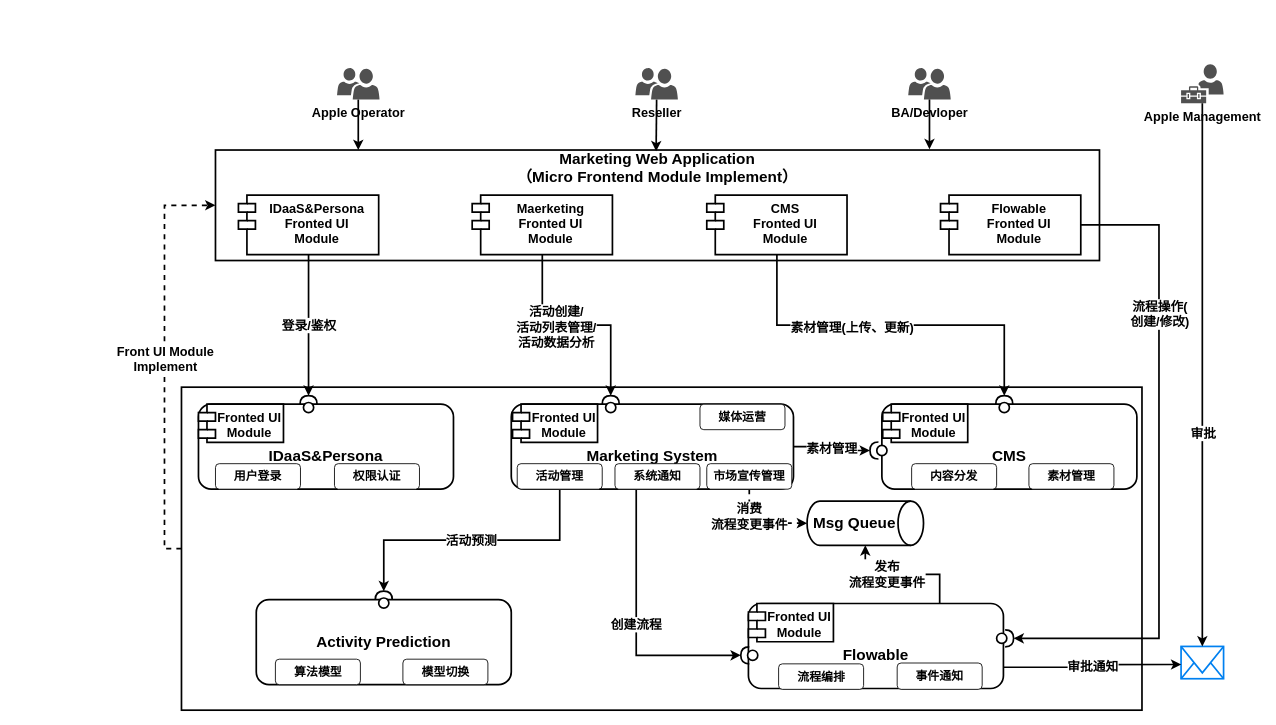
This is page "mkt architecture-1" (14 of 18) of Enterprise-Architecture.drawio from jackie-thank/beego-authz, a draw.io file, before an edit. Source tidied: cells renumbered, new cells numbered last; positions are measured from the earlier drawing's top-left corner, leaving out a move shared by most shapes. Both pictures are drawn from the tidied source at 85%, with x=0, y=0 at pixel (181, 64).
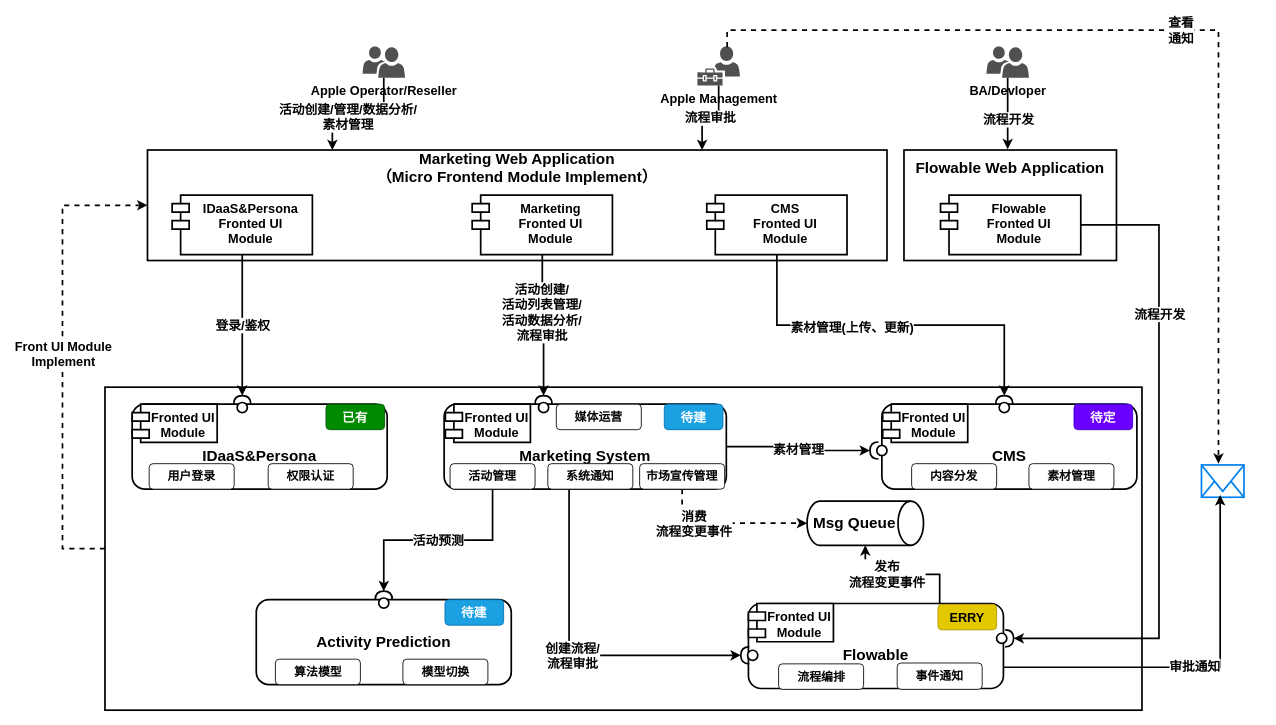
Above is the later version.

The change refers to these unchanged cells:
```xml
<mxCell id="5" value="&lt;div&gt;&lt;br&gt;&lt;/div&gt;&lt;div&gt;Flowable&lt;/div&gt;" style="rounded=1;whiteSpace=wrap;html=1;strokeWidth=2;fontSize=18;fontStyle=1;" parent="1" vertex="1">
  <mxGeometry x="667" y="634.5" width="300" height="100" as="geometry" />
</mxCell>
<mxCell id="13" style="rounded=0;jettySize=auto;html=1;exitX=1;exitY=0.5;exitDx=0;exitDy=0;entryX=1;entryY=0.5;entryDx=0;entryDy=0;strokeWidth=2;fontSize=15;fontStyle=1;entryPerimeter=0;edgeStyle=orthogonalEdgeStyle;" parent="1" edge="1" source="15" target="62">
  <mxGeometry relative="1" as="geometry">
    <Array as="points">
      <mxPoint x="1150" y="189" />
      <mxPoint x="1150" y="676" />
    </Array>
  </mxGeometry>
</mxCell>
<mxCell id="29" style="shape=providedRequiredInterface;html=1;verticalLabelPosition=bottom;sketch=0;strokeWidth=2;rotation=90;direction=south;" parent="1" vertex="1">
  <mxGeometry x="658" y="685.5" width="20" height="20" as="geometry" />
</mxCell>
```

The edit, as a diff of the source:
```diff
@@
+    <mxCell id="63" value="&lt;div&gt;Flowable Web Application&lt;/div&gt;&lt;div&gt;&lt;br&gt;&lt;/div&gt;&lt;div&gt;&lt;br&gt;&lt;/div&gt;&lt;div&gt;&lt;br&gt;&lt;/div&gt;&lt;div&gt;&lt;br&gt;&lt;/div&gt;" style="rounded=0;whiteSpace=wrap;html=1;strokeWidth=2;fontSize=18;fontStyle=1;" parent="1" vertex="1">
+      <mxGeometry x="850" y="101" width="250" height="130" as="geometry" />
+    </mxCell>
     <mxCell id="2" value="&lt;div&gt;Marketing Web Application&lt;/div&gt;&lt;div&gt;（Micro Frontend Module Implement）&lt;/div&gt;&lt;div&gt;&lt;br&gt;&lt;/div&gt;&lt;div&gt;&lt;br&gt;&lt;/div&gt;&lt;div&gt;&lt;br&gt;&lt;/div&gt;&lt;div&gt;&lt;br&gt;&lt;/div&gt;" style="rounded=0;whiteSpace=wrap;html=1;strokeWidth=2;fontSize=18;fontStyle=1;" parent="1" vertex="1">
-      <mxGeometry x="40" y="101" width="1040" height="130" as="geometry" />
+      <mxGeometry x="-40" y="101" width="870" height="130" as="geometry" />
     </mxCell>
-    <mxCell id="3" style="rounded=0;whiteSpace=wrap;html=1;strokeWidth=2;" parent="1" vertex="1">
-      <mxGeometry y="380" width="1130" height="380" as="geometry" />
-    </mxCell>
+    <mxCell id="64" style="rounded=0;whiteSpace=wrap;html=1;strokeWidth=2;" parent="1" vertex="1">
+      <mxGeometry x="-90" y="380" width="1220" height="380" as="geometry" />
+    </mxCell>
@@
     <mxCell id="6" value="&lt;div&gt;&lt;br&gt;&lt;/div&gt;&lt;div&gt;&lt;br&gt;&lt;/div&gt;&lt;div&gt;Marketing System &lt;br&gt;&lt;/div&gt;&lt;div&gt;&lt;br&gt;&lt;/div&gt;" style="rounded=1;whiteSpace=wrap;html=1;strokeWidth=2;fontSize=18;fontStyle=1;" parent="1" vertex="1">
-      <mxGeometry x="388" y="400" width="332" height="100" as="geometry" />
+      <mxGeometry x="309" y="400" width="332" height="100" as="geometry" />
     </mxCell>
-    <mxCell id="7" style="edgeStyle=orthogonalEdgeStyle;rounded=0;jettySize=auto;html=1;exitX=0.5;exitY=1;exitDx=0;exitDy=0;entryX=1;entryY=0.5;entryDx=0;entryDy=0;fontSize=15;fontStyle=1;strokeWidth=2;entryPerimeter=0;" parent="1" edge="1" source="9" target="60">
-      <mxGeometry relative="1" as="geometry" />
-    </mxCell>
-    <mxCell id="8" value="&lt;div&gt;活动创建/&lt;/div&gt;&lt;div&gt;活动列表管理/&lt;/div&gt;&lt;div&gt;活动数据分析&lt;/div&gt;" style="edgeLabel;html=1;align=center;verticalAlign=middle;fontSize=15;fontStyle=1;" parent="7" vertex="1">
-      <mxGeometry x="-0.2" y="-1" relative="1" as="geometry" />
-    </mxCell>
-    <mxCell id="9" value="&lt;div style=&quot;font-size: 15px;&quot;&gt;&lt;div&gt;Maerketing&lt;/div&gt;&lt;div&gt;Fronted UI&lt;/div&gt;&lt;div&gt;Module&lt;/div&gt;&lt;/div&gt;" style="shape=module;align=left;spacingLeft=20;align=center;verticalAlign=top;whiteSpace=wrap;html=1;fontSize=15;fontStyle=1;strokeWidth=2;" parent="1" vertex="1">
-      <mxGeometry x="342" y="154" width="165" height="70" as="geometry" />
-    </mxCell>
+    <mxCell id="65" style="edgeStyle=orthogonalEdgeStyle;rounded=0;jettySize=auto;html=1;exitX=0.5;exitY=1;exitDx=0;exitDy=0;entryX=1;entryY=0.5;entryDx=0;entryDy=0;fontSize=15;fontStyle=1;strokeWidth=2;entryPerimeter=0;" parent="1" edge="1" source="67" target="78">
+      <mxGeometry relative="1" as="geometry" />
+    </mxCell>
+    <mxCell id="66" value="&lt;div&gt;活动创建/&lt;/div&gt;&lt;div&gt;活动列表管理/&lt;/div&gt;&lt;div&gt;活动数据分析/&lt;/div&gt;&lt;div&gt;流程审批&lt;/div&gt;" style="edgeLabel;html=1;align=center;verticalAlign=middle;fontSize=15;fontStyle=1;" parent="65" vertex="1">
+      <mxGeometry x="-0.2" y="-1" relative="1" as="geometry" />
+    </mxCell>
+    <mxCell id="67" value="&lt;div style=&quot;font-size: 15px;&quot;&gt;&lt;div&gt;Marketing&lt;/div&gt;&lt;div&gt;Fronted UI&lt;/div&gt;&lt;div&gt;Module&lt;/div&gt;&lt;/div&gt;" style="shape=module;align=left;spacingLeft=20;align=center;verticalAlign=top;whiteSpace=wrap;html=1;fontSize=15;fontStyle=1;strokeWidth=2;" parent="1" vertex="1">
+      <mxGeometry x="342" y="154" width="165" height="70" as="geometry" />
+    </mxCell>
@@
-    <mxCell id="14" value="&lt;div&gt;流程操作(&lt;/div&gt;&lt;div&gt;创建/修改)&lt;/div&gt;" style="edgeLabel;html=1;align=center;verticalAlign=middle;fontSize=15;fontStyle=1;" parent="13" vertex="1">
-      <mxGeometry x="-0.12" relative="1" as="geometry">
-        <mxPoint y="-134" as="offset" />
-      </mxGeometry>
-    </mxCell>
+    <mxCell id="68" value="&lt;div&gt;流程开发&lt;/div&gt;" style="edgeLabel;html=1;align=center;verticalAlign=middle;fontSize=15;fontStyle=1;" parent="13" vertex="1">
+      <mxGeometry x="-0.12" relative="1" as="geometry">
+        <mxPoint y="-134" as="offset" />
+      </mxGeometry>
+    </mxCell>
@@
-    <mxCell id="16" value="登录/鉴权" style="edgeStyle=orthogonalEdgeStyle;rounded=0;jettySize=auto;html=1;exitX=0.5;exitY=1;exitDx=0;exitDy=0;fontSize=15;fontStyle=1;strokeWidth=2;entryX=1;entryY=0.5;entryDx=0;entryDy=0;entryPerimeter=0;" parent="1" edge="1" source="17" target="59">
+    <mxCell id="16" value="登录/鉴权" style="edgeStyle=orthogonalEdgeStyle;rounded=0;jettySize=auto;html=1;exitX=0.5;exitY=1;exitDx=0;exitDy=0;fontSize=15;fontStyle=1;strokeWidth=2;entryX=1;entryY=0.5;entryDx=0;entryDy=0;entryPerimeter=0;" parent="1" edge="1" source="17" target="77">
       <mxGeometry relative="1" as="geometry" />
     </mxCell>
     <mxCell id="17" value="&lt;div style=&quot;font-size: 15px;&quot;&gt;&lt;div&gt;&lt;/div&gt;IDaaS&amp;amp;Persona&lt;/div&gt;&lt;div style=&quot;font-size: 15px;&quot;&gt;Fronted UI&lt;br style=&quot;font-size: 15px;&quot;&gt;&lt;/div&gt;&lt;div style=&quot;font-size: 15px;&quot;&gt;Module&lt;/div&gt;" style="shape=module;align=left;spacingLeft=20;align=center;verticalAlign=top;whiteSpace=wrap;html=1;fontSize=15;fontStyle=1;strokeWidth=2;" parent="1" vertex="1">
-      <mxGeometry x="67" y="154" width="165" height="70" as="geometry" />
+      <mxGeometry x="-11" y="154" width="165" height="70" as="geometry" />
     </mxCell>
-    <mxCell id="18" value="&lt;div style=&quot;font-size: 15px;&quot;&gt;Fronted UI&lt;br style=&quot;font-size: 15px;&quot;&gt;&lt;/div&gt;&lt;div style=&quot;font-size: 15px;&quot;&gt;Module&lt;/div&gt;" style="shape=module;align=left;spacingLeft=20;align=center;verticalAlign=top;whiteSpace=wrap;html=1;fontSize=15;fontStyle=1;strokeWidth=2;" parent="1" vertex="1">
-      <mxGeometry x="389.5" y="400" width="100" height="45" as="geometry" />
-    </mxCell>
+    <mxCell id="69" value="&lt;div style=&quot;font-size: 15px;&quot;&gt;Fronted UI&lt;br style=&quot;font-size: 15px;&quot;&gt;&lt;/div&gt;&lt;div style=&quot;font-size: 15px;&quot;&gt;Module&lt;/div&gt;" style="shape=module;align=left;spacingLeft=20;align=center;verticalAlign=top;whiteSpace=wrap;html=1;fontSize=15;fontStyle=1;strokeWidth=2;" parent="1" vertex="1">
+      <mxGeometry x="310.5" y="400" width="100" height="45" as="geometry" />
+    </mxCell>
@@
-    <mxCell id="20" style="rounded=0;jettySize=auto;html=1;exitX=0;exitY=0.5;exitDx=0;exitDy=0;entryX=0;entryY=0.5;entryDx=0;entryDy=0;strokeWidth=2;dashed=1;edgeStyle=orthogonalEdgeStyle;" parent="1" edge="1" source="3" target="2">
-      <mxGeometry relative="1" as="geometry" />
-    </mxCell>
+    <mxCell id="70" style="rounded=0;jettySize=auto;html=1;exitX=0;exitY=0.5;exitDx=0;exitDy=0;entryX=0;entryY=0.5;entryDx=0;entryDy=0;strokeWidth=2;dashed=1;edgeStyle=orthogonalEdgeStyle;" parent="1" edge="1" source="64" target="2">
+      <mxGeometry relative="1" as="geometry">
+        <Array as="points">
+          <mxPoint x="-140" y="570" />
+          <mxPoint x="-140" y="166" />
+        </Array>
+      </mxGeometry>
+    </mxCell>
-    <mxCell id="21" value="&lt;div&gt;Front UI Module&lt;/div&gt;&lt;div&gt;Implement&lt;/div&gt;" style="edgeLabel;html=1;align=center;verticalAlign=middle;fontSize=15;fontStyle=1;" parent="20" vertex="1">
+    <mxCell id="21" value="&lt;div&gt;Front UI Module&lt;/div&gt;&lt;div&gt;Implement&lt;/div&gt;" style="edgeLabel;html=1;align=center;verticalAlign=middle;fontSize=15;fontStyle=1;" parent="70" vertex="1">
       <mxGeometry x="0.01" relative="1" as="geometry" />
     </mxCell>
@@
-    <mxCell id="30" value="创建流程" style="edgeStyle=orthogonalEdgeStyle;rounded=0;jettySize=auto;html=1;exitX=0.25;exitY=1;exitDx=0;exitDy=0;entryX=1;entryY=0.5;entryDx=0;entryDy=0;entryPerimeter=0;fontSize=15;fontStyle=1;strokeWidth=2;" parent="1" edge="1" source="48" target="29">
+    <mxCell id="30" value="&lt;div&gt;创建流程/&lt;/div&gt;&lt;div&gt;流程审批&lt;/div&gt;" style="edgeStyle=orthogonalEdgeStyle;rounded=0;jettySize=auto;html=1;exitX=0.25;exitY=1;exitDx=0;exitDy=0;entryX=1;entryY=0.5;entryDx=0;entryDy=0;entryPerimeter=0;fontSize=15;fontStyle=1;strokeWidth=2;" parent="1" edge="1" source="48" target="29">
       <mxGeometry relative="1" as="geometry" />
     </mxCell>
     <mxCell id="31" value="Apple Management" style="sketch=0;shadow=0;dashed=0;html=1;strokeColor=none;labelPosition=center;verticalLabelPosition=bottom;verticalAlign=top;align=center;fillColor=#505050;shape=mxgraph.mscae.intune.user_management;fontSize=15;fontStyle=1;" parent="1" vertex="1">
-      <mxGeometry x="1176" width="50" height="46" as="geometry" />
+      <mxGeometry x="607" y="-21" width="50" height="46" as="geometry" />
     </mxCell>
-    <mxCell id="32" style="html=1;verticalLabelPosition=bottom;align=center;labelBackgroundColor=#ffffff;verticalAlign=top;strokeWidth=2;strokeColor=#0080F0;shadow=0;dashed=0;shape=mxgraph.ios7.icons.mail;" parent="1" vertex="1">
-      <mxGeometry x="1176" y="685" width="50" height="38" as="geometry" />
-    </mxCell>
-    <mxCell id="33" value="审批通知" style="edgeStyle=orthogonalEdgeStyle;rounded=0;jettySize=auto;html=1;exitX=1;exitY=0.75;exitDx=0;exitDy=0;entryX=0.004;entryY=0.56;entryDx=0;entryDy=0;entryPerimeter=0;strokeWidth=2;fontSize=15;fontStyle=1;" parent="1" edge="1" source="5" target="32">
-      <mxGeometry relative="1" as="geometry" />
-    </mxCell>
-    <mxCell id="34" style="edgeStyle=orthogonalEdgeStyle;rounded=0;jettySize=auto;html=1;exitX=0.5;exitY=1;exitDx=0;exitDy=0;exitPerimeter=0;strokeWidth=2;" parent="1" edge="1" source="31" target="32">
-      <mxGeometry relative="1" as="geometry" />
-    </mxCell>
-    <mxCell id="35" value="审批" style="edgeLabel;html=1;align=center;verticalAlign=middle;fontSize=15;fontStyle=1;" parent="34" vertex="1">
-      <mxGeometry x="0.21" relative="1" as="geometry" />
-    </mxCell>
+    <mxCell id="71" style="html=1;verticalLabelPosition=bottom;align=center;labelBackgroundColor=#ffffff;verticalAlign=top;strokeWidth=2;strokeColor=#0080F0;shadow=0;dashed=0;shape=mxgraph.ios7.icons.mail;" parent="1" vertex="1">
+      <mxGeometry x="1200" y="471.5" width="50" height="38" as="geometry" />
+    </mxCell>
@@
-    <mxCell id="39" style="rounded=0;jettySize=auto;html=1;exitX=0.5;exitY=1;exitDx=0;exitDy=0;exitPerimeter=0;entryX=0.409;entryY=0.011;entryDx=0;entryDy=0;entryPerimeter=0;strokeWidth=2;" parent="1" edge="1" source="40">
-      <mxGeometry relative="1" as="geometry">
-        <mxPoint x="558.4" y="102.4" as="targetPoint" />
-      </mxGeometry>
-    </mxCell>
-    <mxCell id="40" value="Reseller" style="sketch=0;shadow=0;dashed=0;html=1;strokeColor=none;labelPosition=center;verticalLabelPosition=bottom;verticalAlign=top;align=center;fillColor=#505050;shape=mxgraph.mscae.intune.user_group;fontSize=15;fontStyle=1;" parent="1" vertex="1">
-      <mxGeometry x="534" y="4.5" width="50" height="37" as="geometry" />
-    </mxCell>
-    <mxCell id="41" style="edgeStyle=orthogonalEdgeStyle;rounded=0;jettySize=auto;html=1;exitX=0.5;exitY=1;exitDx=0;exitDy=0;exitPerimeter=0;entryX=0.25;entryY=0;entryDx=0;entryDy=0;strokeWidth=2;" parent="1" edge="1" source="42">
-      <mxGeometry relative="1" as="geometry">
-        <mxPoint x="208" y="101" as="targetPoint" />
-      </mxGeometry>
-    </mxCell>
-    <mxCell id="42" value="Apple Operator" style="sketch=0;shadow=0;dashed=0;html=1;strokeColor=none;labelPosition=center;verticalLabelPosition=bottom;verticalAlign=top;align=center;fillColor=#505050;shape=mxgraph.mscae.intune.user_group;fontSize=15;fontStyle=1;" parent="1" vertex="1">
-      <mxGeometry x="183" y="4.5" width="50" height="37" as="geometry" />
-    </mxCell>
+    <mxCell id="72" value="&lt;div&gt;活动创建/管理/数据分析/&lt;/div&gt;&lt;div&gt;素材管理&lt;/div&gt;" style="rounded=0;jettySize=auto;html=1;exitX=0.5;exitY=1;exitDx=0;exitDy=0;exitPerimeter=0;entryX=0.25;entryY=0;entryDx=0;entryDy=0;strokeWidth=2;edgeStyle=orthogonalEdgeStyle;fontSize=15;fontStyle=1;" parent="1" edge="1" source="73" target="2">
+      <mxGeometry x="0.17" y="3" relative="1" as="geometry" />
+    </mxCell>
+    <mxCell id="73" value="Apple Operator/Reseller" style="sketch=0;shadow=0;dashed=0;html=1;strokeColor=none;labelPosition=center;verticalLabelPosition=bottom;verticalAlign=top;align=center;fillColor=#505050;shape=mxgraph.mscae.intune.user_group;fontSize=15;fontStyle=1;" parent="1" vertex="1">
+      <mxGeometry x="213" y="-21" width="50" height="37" as="geometry" />
+    </mxCell>
     <mxCell id="43" value="&lt;div&gt;&lt;br&gt;&lt;/div&gt;&lt;div&gt;IDaaS&amp;amp;Persona&lt;/div&gt;" style="rounded=1;whiteSpace=wrap;html=1;strokeWidth=2;fontSize=18;fontStyle=1;" parent="1" vertex="1">
-      <mxGeometry x="20" y="400" width="300" height="100" as="geometry" />
+      <mxGeometry x="-58" y="400" width="300" height="100" as="geometry" />
     </mxCell>
-    <mxCell id="44" value="&lt;div style=&quot;font-size: 15px;&quot;&gt;Fronted UI&lt;br style=&quot;font-size: 15px;&quot;&gt;&lt;/div&gt;&lt;div style=&quot;font-size: 15px;&quot;&gt;Module&lt;/div&gt;" style="shape=module;align=left;spacingLeft=20;align=center;verticalAlign=top;whiteSpace=wrap;html=1;fontSize=15;fontStyle=1;strokeWidth=2;" parent="1" vertex="1">
-      <mxGeometry x="20" y="400" width="100" height="45" as="geometry" />
-    </mxCell>
+    <mxCell id="74" value="&lt;div style=&quot;font-size: 15px;&quot;&gt;Fronted UI&lt;br style=&quot;font-size: 15px;&quot;&gt;&lt;/div&gt;&lt;div style=&quot;font-size: 15px;&quot;&gt;Module&lt;/div&gt;" style="shape=module;align=left;spacingLeft=20;align=center;verticalAlign=top;whiteSpace=wrap;html=1;fontSize=15;fontStyle=1;strokeWidth=2;" parent="1" vertex="1">
+      <mxGeometry x="-58" y="400" width="100" height="45" as="geometry" />
+    </mxCell>
     <mxCell id="45" value="活动管理" style="rounded=1;whiteSpace=wrap;html=1;fontStyle=1;fontSize=14;" parent="1" vertex="1">
-      <mxGeometry x="395" y="470" width="100" height="30" as="geometry" />
+      <mxGeometry x="316" y="470" width="100" height="30" as="geometry" />
     </mxCell>
     <mxCell id="46" value="权限认证" style="rounded=1;whiteSpace=wrap;html=1;fontStyle=1;fontSize=14;" parent="1" vertex="1">
-      <mxGeometry x="180" y="470" width="100" height="30" as="geometry" />
+      <mxGeometry x="102" y="470" width="100" height="30" as="geometry" />
     </mxCell>
     <mxCell id="47" value="用户登录" style="rounded=1;whiteSpace=wrap;html=1;fontStyle=1;fontSize=14;" parent="1" vertex="1">
-      <mxGeometry x="40" y="470" width="100" height="30" as="geometry" />
+      <mxGeometry x="-38" y="470" width="100" height="30" as="geometry" />
     </mxCell>
     <mxCell id="48" value="系统通知" style="rounded=1;whiteSpace=wrap;html=1;fontStyle=1;fontSize=14;" parent="1" vertex="1">
-      <mxGeometry x="510" y="470" width="100" height="30" as="geometry" />
+      <mxGeometry x="431" y="470" width="100" height="30" as="geometry" />
     </mxCell>
     <mxCell id="49" value="市场宣传管理" style="rounded=1;whiteSpace=wrap;html=1;fontStyle=1;fontSize=14;" parent="1" vertex="1">
-      <mxGeometry x="618" y="470" width="100" height="30" as="geometry" />
+      <mxGeometry x="539" y="470" width="100" height="30" as="geometry" />
     </mxCell>
     <mxCell id="50" value="媒体运营" style="rounded=1;whiteSpace=wrap;html=1;fontStyle=1;fontSize=14;" parent="1" vertex="1">
-      <mxGeometry x="610" y="400" width="100" height="30" as="geometry" />
+      <mxGeometry x="441" y="400" width="100" height="30" as="geometry" />
     </mxCell>
@@
     <mxCell id="57" value="BA/Devloper" style="sketch=0;shadow=0;dashed=0;html=1;strokeColor=none;labelPosition=center;verticalLabelPosition=bottom;verticalAlign=top;align=center;fillColor=#505050;shape=mxgraph.mscae.intune.user_group;fontSize=15;fontStyle=1;" parent="1" vertex="1">
-      <mxGeometry x="855" y="4.5" width="50" height="37" as="geometry" />
+      <mxGeometry x="947" y="-21" width="50" height="37" as="geometry" />
     </mxCell>
-    <mxCell id="58" style="edgeStyle=orthogonalEdgeStyle;rounded=0;jettySize=auto;html=1;exitX=0.5;exitY=1;exitDx=0;exitDy=0;exitPerimeter=0;strokeWidth=2;" parent="1" edge="1" source="57">
-      <mxGeometry relative="1" as="geometry">
-        <mxPoint x="880" y="100" as="targetPoint" />
-      </mxGeometry>
-    </mxCell>
-    <mxCell id="59" style="shape=providedRequiredInterface;html=1;verticalLabelPosition=bottom;sketch=0;strokeWidth=2;rotation=-180;direction=south;" parent="1" vertex="1">
-      <mxGeometry x="139.5" y="390" width="20" height="20" as="geometry" />
-    </mxCell>
-    <mxCell id="60" style="shape=providedRequiredInterface;html=1;verticalLabelPosition=bottom;sketch=0;strokeWidth=2;rotation=-180;direction=south;" parent="1" vertex="1">
-      <mxGeometry x="495" y="390" width="20" height="20" as="geometry" />
-    </mxCell>
+    <mxCell id="75" style="edgeStyle=orthogonalEdgeStyle;rounded=0;jettySize=auto;html=1;exitX=0.5;exitY=1;exitDx=0;exitDy=0;exitPerimeter=0;strokeWidth=2;" parent="1" edge="1" source="57">
+      <mxGeometry relative="1" as="geometry">
+        <mxPoint x="972" y="100" as="targetPoint" />
+      </mxGeometry>
+    </mxCell>
+    <mxCell id="76" value="流程开发" style="edgeLabel;html=1;align=center;verticalAlign=middle;fontSize=15;fontStyle=1;" parent="75" vertex="1">
+      <mxGeometry x="-0.23" y="4" relative="1" as="geometry">
+        <mxPoint x="-4" y="15" as="offset" />
+      </mxGeometry>
+    </mxCell>
+    <mxCell id="77" style="shape=providedRequiredInterface;html=1;verticalLabelPosition=bottom;sketch=0;strokeWidth=2;rotation=-180;direction=south;" parent="1" vertex="1">
+      <mxGeometry x="61.5" y="390" width="20" height="20" as="geometry" />
+    </mxCell>
+    <mxCell id="78" style="shape=providedRequiredInterface;html=1;verticalLabelPosition=bottom;sketch=0;strokeWidth=2;rotation=-180;direction=south;" parent="1" vertex="1">
+      <mxGeometry x="416" y="390" width="20" height="20" as="geometry" />
+    </mxCell>
@@
+    <mxCell id="79" style="edgeStyle=orthogonalEdgeStyle;rounded=0;jettySize=auto;html=1;exitX=1;exitY=0.75;exitDx=0;exitDy=0;entryX=0.44;entryY=0.934;entryDx=0;entryDy=0;entryPerimeter=0;fontSize=15;fontStyle=1;strokeWidth=2;" parent="1" edge="1" source="5" target="71">
+      <mxGeometry relative="1" as="geometry" />
+    </mxCell>
+    <mxCell id="33" value="审批通知" style="edgeLabel;html=1;align=center;verticalAlign=middle;fontSize=15;fontStyle=1;" parent="79" vertex="1">
+      <mxGeometry x="-0.02" y="3" relative="1" as="geometry">
+        <mxPoint y="1" as="offset" />
+      </mxGeometry>
+    </mxCell>
+    <mxCell id="80" value="&lt;div&gt;查看&lt;/div&gt;&lt;div&gt;通知&lt;/div&gt;" style="edgeStyle=orthogonalEdgeStyle;rounded=0;jettySize=auto;html=1;exitX=0.68;exitY=0;exitDx=0;exitDy=0;exitPerimeter=0;entryX=0.4;entryY=-0.039;entryDx=0;entryDy=0;entryPerimeter=0;dashed=1;strokeWidth=2;fontSize=15;fontStyle=1;" parent="1" edge="1" source="31" target="71">
+      <mxGeometry relative="1" as="geometry">
+        <Array as="points">
+          <mxPoint x="642" y="-40" />
+          <mxPoint x="1220" y="-40" />
+        </Array>
+      </mxGeometry>
+    </mxCell>
+    <mxCell id="81" value="已有" style="rounded=1;whiteSpace=wrap;html=1;fillColor=#008a00;strokeColor=#005700;fontSize=15;fontStyle=1;fontColor=#ffffff;" parent="1" vertex="1">
+      <mxGeometry x="170" y="400" width="69" height="30" as="geometry" />
+    </mxCell>
+    <mxCell id="82" value="待建" style="rounded=1;whiteSpace=wrap;html=1;fillColor=#1ba1e2;strokeColor=#006EAF;fontSize=15;fontStyle=1;fontColor=#ffffff;" parent="1" vertex="1">
+      <mxGeometry x="568" y="400" width="69" height="30" as="geometry" />
+    </mxCell>
+    <mxCell id="83" value="待建" style="rounded=1;whiteSpace=wrap;html=1;fillColor=#1ba1e2;strokeColor=#006EAF;fontSize=15;fontStyle=1;fontColor=#ffffff;" parent="1" vertex="1">
+      <mxGeometry x="310" y="630" width="69" height="30" as="geometry" />
+    </mxCell>
+    <mxCell id="84" value="待定" style="rounded=1;whiteSpace=wrap;html=1;fillColor=#6a00ff;strokeColor=#3700CC;fontSize=15;fontStyle=1;fontColor=#ffffff;" parent="1" vertex="1">
+      <mxGeometry x="1050" y="400" width="69" height="30" as="geometry" />
+    </mxCell>
+    <mxCell id="85" value="ERRY" style="rounded=1;whiteSpace=wrap;html=1;fillColor=#e3c800;strokeColor=#B09500;fontSize=15;fontStyle=1;fontColor=#000000;" parent="1" vertex="1">
+      <mxGeometry x="890" y="635.5" width="69" height="30" as="geometry" />
+    </mxCell>
+    <mxCell id="86" value="流程审批" style="edgeStyle=orthogonalEdgeStyle;rounded=0;jettySize=auto;html=1;exitX=0.5;exitY=1;exitDx=0;exitDy=0;exitPerimeter=0;strokeWidth=2;entryX=0.75;entryY=0;entryDx=0;entryDy=0;fontSize=15;fontStyle=1;" parent="1" edge="1" source="31" target="2">
+      <mxGeometry relative="1" as="geometry" />
+    </mxCell>
```
